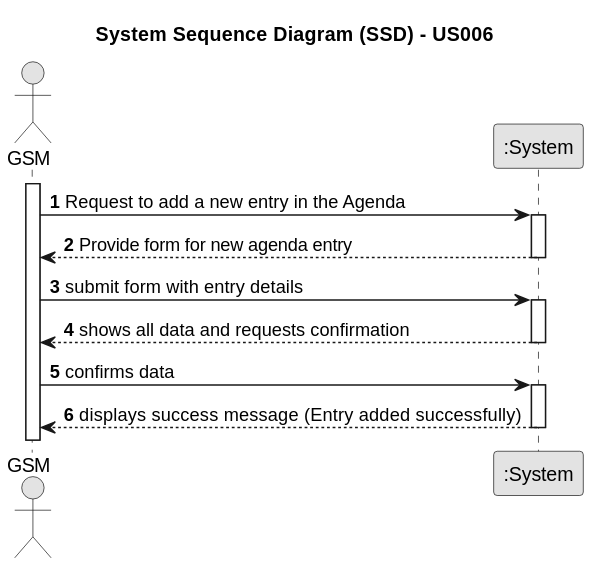
This is docs/sprintC/us022/01.requirements-engineering/svg/us022-system-sequence-diagram-alternative-one.svg from ricardomm7/leaflink, a PlantUML export, as it was before one commit. Its diagram source:
```plantuml
@startuml
skinparam monochrome true
skinparam packageStyle rectangle
skinparam shadowing false

title System Sequence Diagram (SSD) - US006

autonumber

actor "GSM" as GSM
participant ":System" as System

activate GSM

    GSM -> System : Request to add a new entry in the Agenda
    activate System

        System --> GSM : Provide form for new agenda entry
    deactivate System

    GSM -> System : submit form with entry details

    activate System

        System --> GSM : shows all data and requests confirmation
    deactivate System

    GSM -> System : confirms data
    activate System

        System --> GSM :  displays success message (Entry added successfully)
    deactivate System
@enduml
```
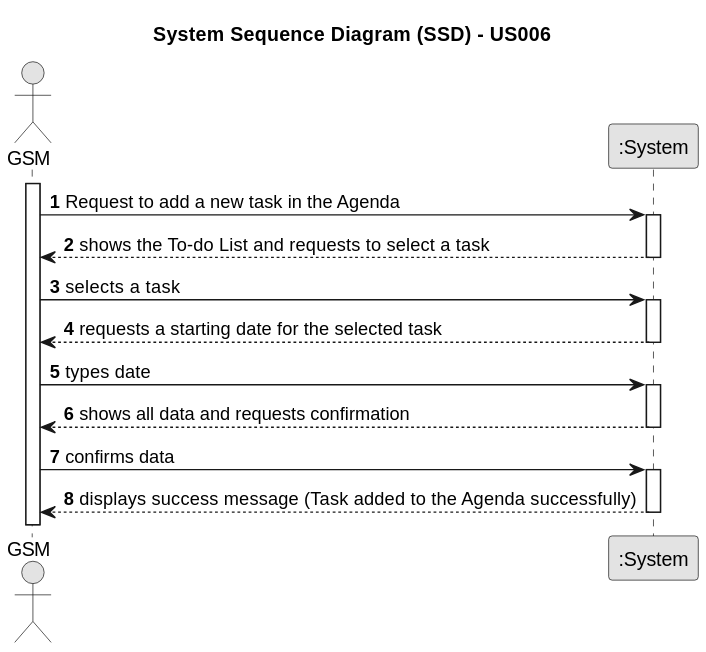
Above is the later version.

Diff of the diagram source:
```diff
@@ -12,13 +12,20 @@
 
 activate GSM
 
-    GSM -> System : Request to add a new entry in the Agenda
+    GSM -> System : Request to add a new task in the Agenda
     activate System
 
-        System --> GSM : Provide form for new agenda entry
+        System --> GSM : shows the To-do List and requests to select a task
     deactivate System
 
-    GSM -> System : submit form with entry details
+    GSM -> System : selects a task
+
+    activate System
+
+        System --> GSM : requests a starting date for the selected task
+    deactivate System
+
+    GSM -> System : types date
 
     activate System
 
@@ -28,6 +35,6 @@
     GSM -> System : confirms data
     activate System
 
-        System --> GSM :  displays success message (Entry added successfully)
+        System --> GSM : displays success message (Task added to the Agenda successfully)
     deactivate System
 @enduml
```
